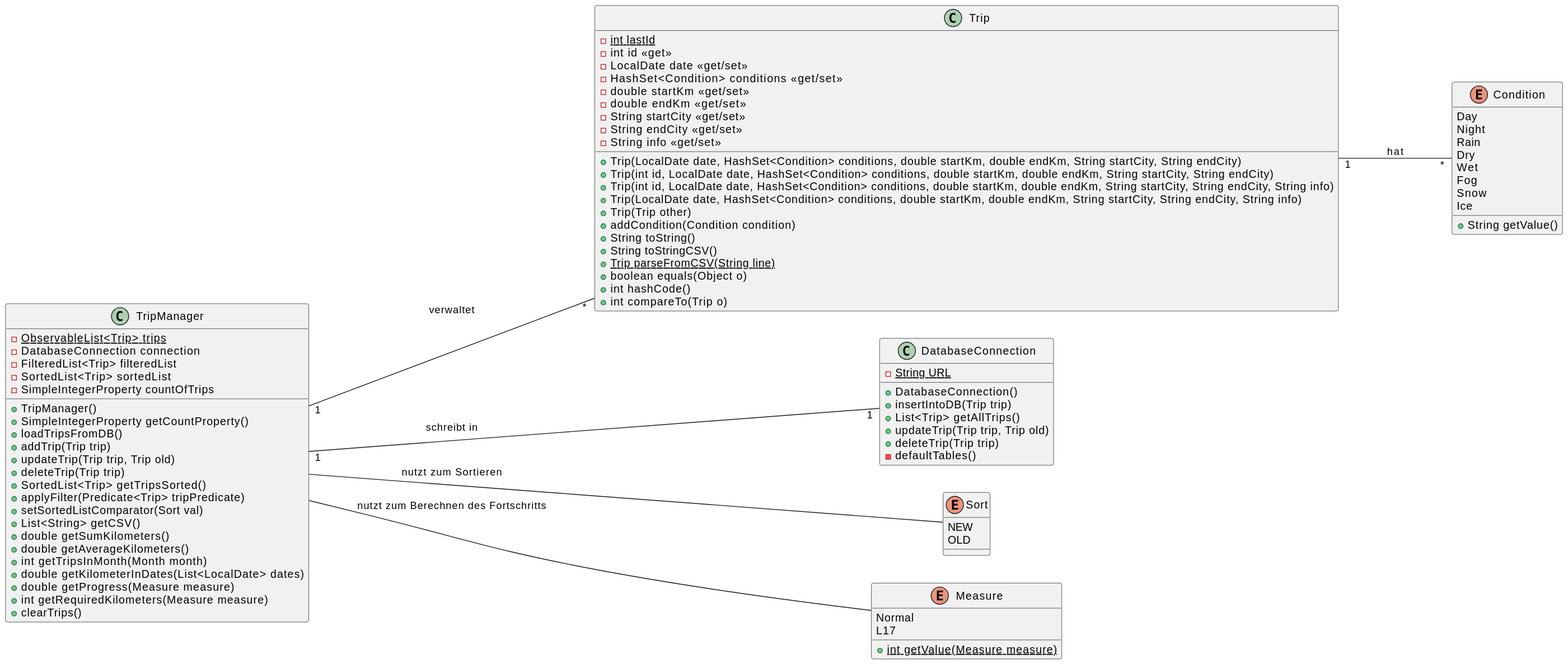
Earlier version of the PlantUML export images/cld.svg (jbrunnerhtl/Driving_Tracker_Java_Docs). Its source is kept beside it as cld.puml.
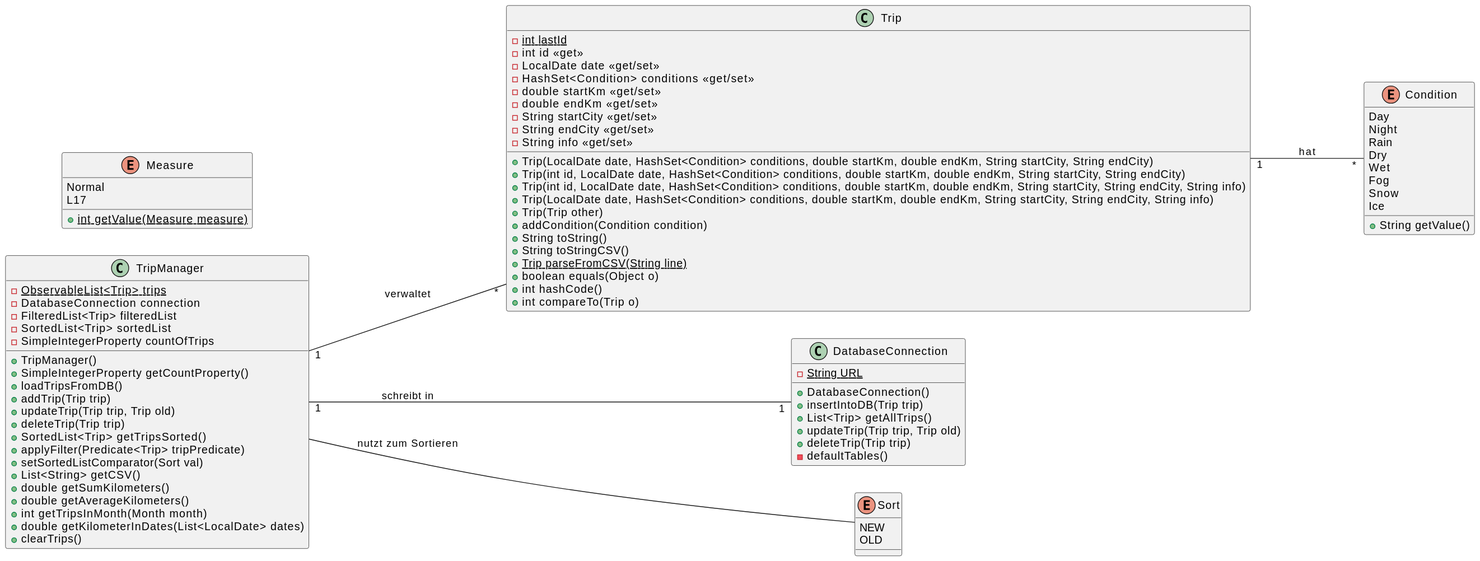
Above is the later version.

The edit, as a diff of the source:
```diff
@@ -47,8 +47,6 @@
     +double getAverageKilometers()
     +int getTripsInMonth(Month month)
     +double getKilometerInDates(List<LocalDate> dates)
-    +double getProgress(Measure measure)
-    +int getRequiredKilometers(Measure measure)
     +clearTrips()
 }
 
@@ -90,6 +88,5 @@
 TripManager "1" --- "*" Trip : verwaltet
 TripManager "1" --- "1" DatabaseConnection : schreibt in
 TripManager --- Sort : nutzt zum Sortieren
-TripManager --- Measure : nutzt zum Berechnen des Fortschritts
 
 @enduml
```
